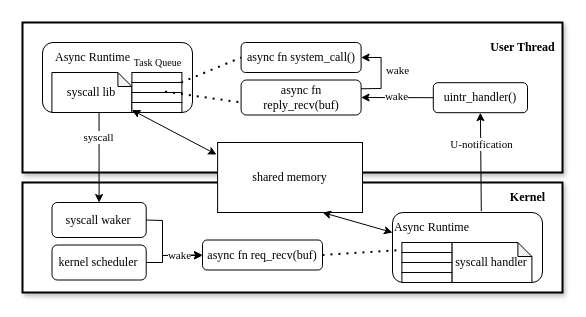
Earlier version of the draw.io diagram images/async_syscall.drawio (oscourse-tsinghua/openingreport-ldhai2023). Source tidied: cells renumbered, new cells numbered last; positions are measured from the earlier drawing's top-left corner, leaving out a move shared by most shapes. Both pictures are drawn from the tidied source at 100%, with x=0, y=0 at pixel (22, 22).
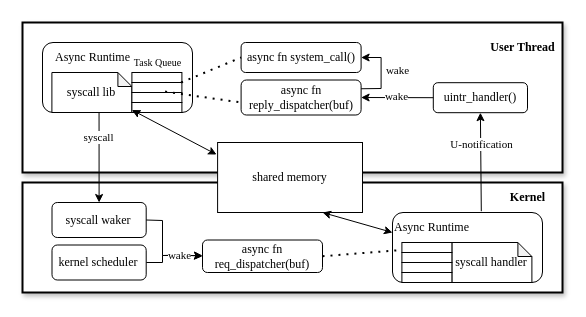
The same diagram, later.

What changed in the source:
```diff
@@
-    <mxCell id="8" value="&lt;font face=&quot;Times New Roman&quot;&gt;async fn reply_recv(buf)&lt;/font&gt;" style="rounded=1;whiteSpace=wrap;html=1;" parent="1" vertex="1">
+    <mxCell id="8" value="&lt;font face=&quot;Times New Roman&quot;&gt;async fn reply_dispatcher(buf)&lt;/font&gt;" style="rounded=1;whiteSpace=wrap;html=1;" parent="1" vertex="1">
       <mxGeometry x="218.6" y="57.5" width="120" height="35" as="geometry" />
     </mxCell>
@@
-    <mxCell id="14" value="&lt;font face=&quot;Times New Roman&quot;&gt;async fn req_recv(buf)&lt;/font&gt;" style="rounded=1;whiteSpace=wrap;html=1;" parent="1" vertex="1">
-      <mxGeometry x="180" y="217.5" width="120" height="30" as="geometry" />
+    <mxCell id="14" value="&lt;font face=&quot;Times New Roman&quot;&gt;async fn req_&lt;/font&gt;&lt;span style=&quot;font-family: &amp;quot;Times New Roman&amp;quot;;&quot;&gt;dispatcher&lt;/span&gt;&lt;font face=&quot;Times New Roman&quot;&gt;(buf)&lt;/font&gt;" style="rounded=1;whiteSpace=wrap;html=1;" parent="1" vertex="1">
+      <mxGeometry x="180" y="217.5" width="120" height="32.5" as="geometry" />
     </mxCell>
```
